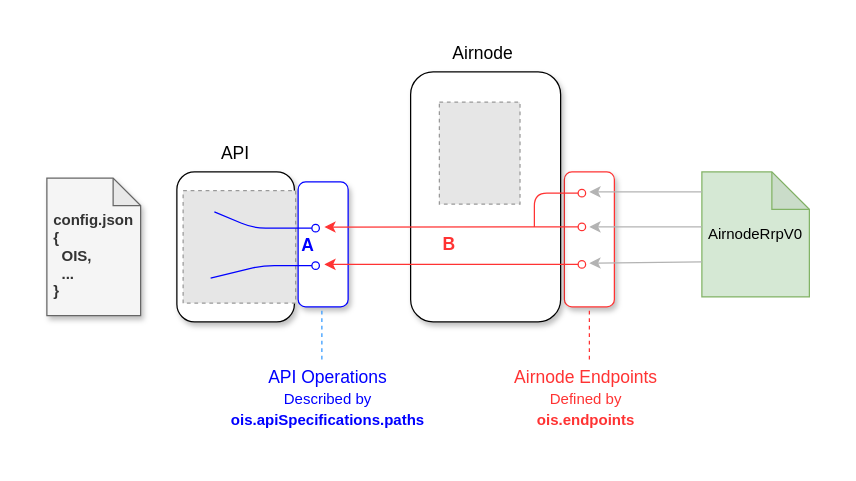
api3dao/vitepress-docs keeps this draw.io diagram as docs/reference/ois/latest/assets/diagrams/ois-overview-extended.drawio. Above is the earlier version. Source tidied: cells renumbered, new cells numbered last; positions are measured from the earlier drawing's top-left corner, leaving out a move shared by most shapes. Both pictures are drawn from the tidied source at 125%, with x=0, y=0 at pixel (46, 34). Pictures stored in the file or linked from it are replaced by grey dashed boxes.
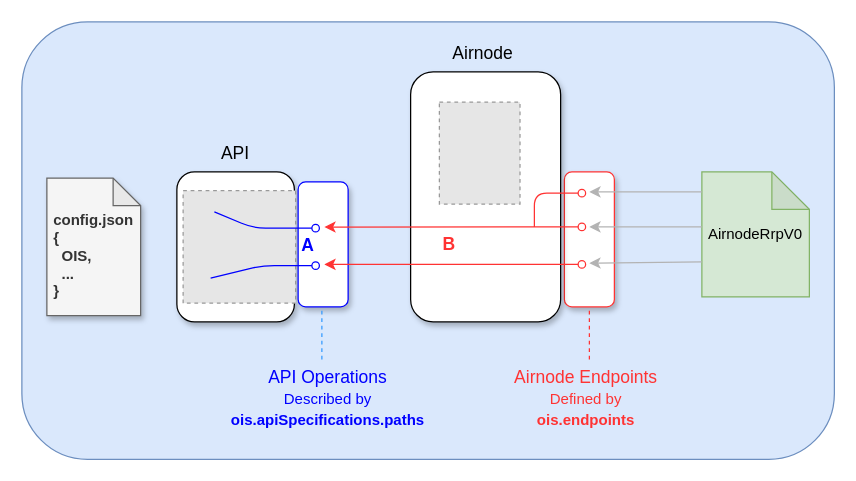
After the change.

Commit message (it also covers changes not shown here):
OIS diagram, background added

Diff of the diagram source:
```diff
@@
+    <mxCell id="26" style="rounded=1;whiteSpace=wrap;html=1;fillColor=#dae8fc;strokeColor=#6c8ebf;" parent="1" vertex="1">
+      <mxGeometry x="-20" y="-10" width="650" height="350" as="geometry" />
+    </mxCell>
```
